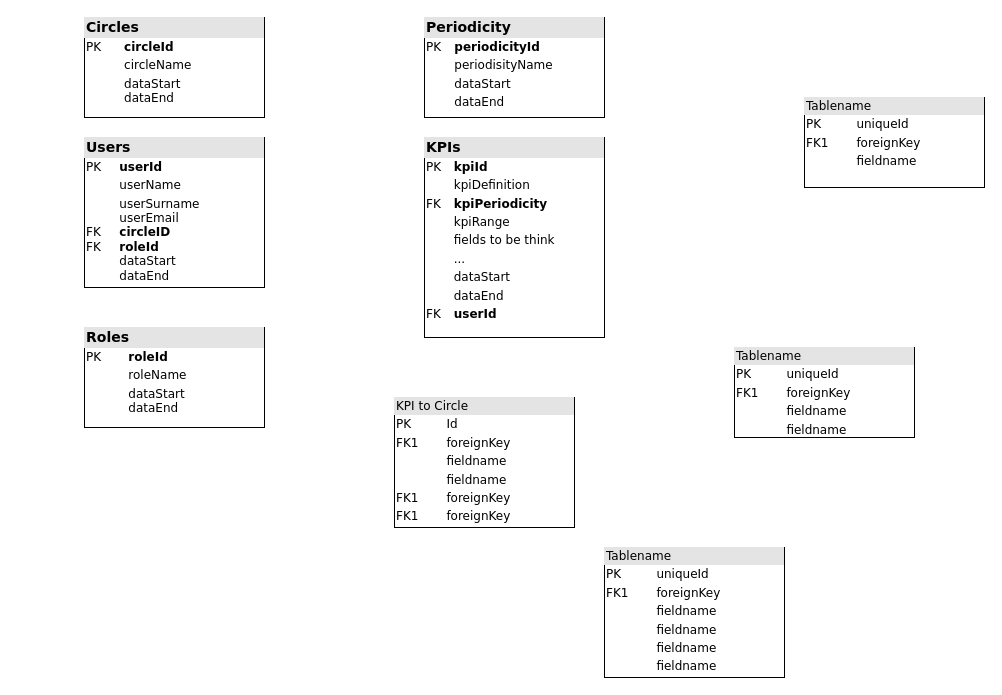
This is Диаграмма без названия.drawio from ThumbelinaFromMunick/testlogoipsum, a draw.io file, before an edit. Source tidied: cells renumbered, new cells numbered last; positions are measured from the earlier drawing's top-left corner, leaving out a move shared by most shapes. Both pictures are drawn from the tidied source at 100%, with x=0, y=0 at pixel (84, 17).
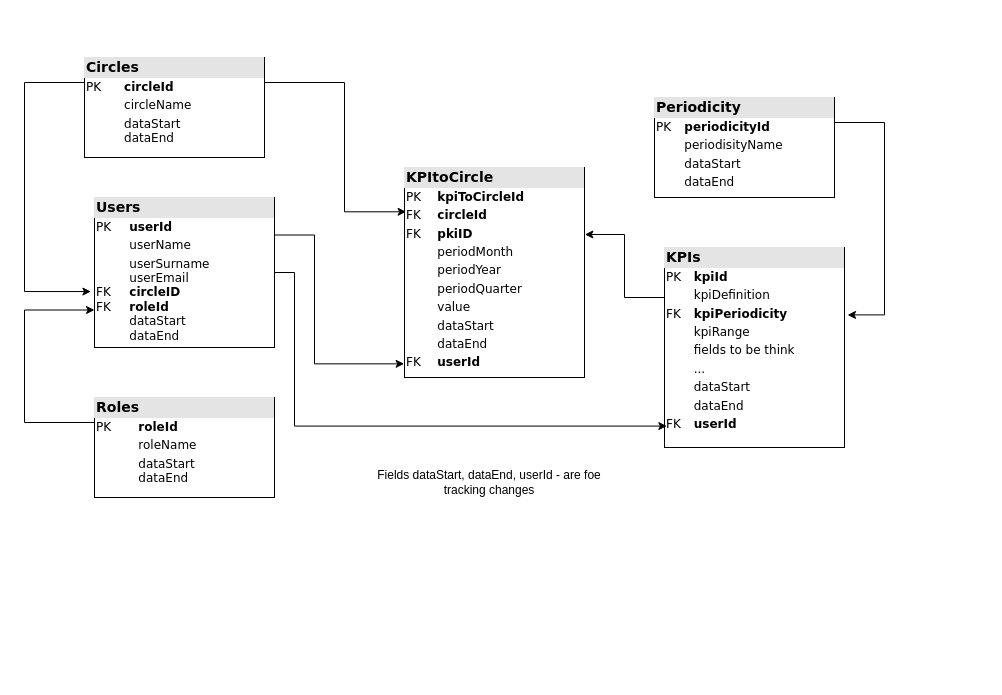
The same page after the edit.

The edit, as a diff of the source:
```diff
@@
     <mxCell id="2" value="&lt;div style=&quot;box-sizing:border-box;width:100%;background:#e4e4e4;padding:2px;&quot;&gt;&lt;b&gt;&lt;font style=&quot;font-size: 14px;&quot;&gt;Users&lt;/font&gt;&lt;/b&gt;&lt;/div&gt;&lt;table style=&quot;width:100%;font-size:1em;&quot; cellpadding=&quot;2&quot; cellspacing=&quot;0&quot;&gt;&lt;tbody&gt;&lt;tr&gt;&lt;td&gt;PK&lt;/td&gt;&lt;td&gt;&lt;b&gt;userId&lt;/b&gt;&lt;/td&gt;&lt;/tr&gt;&lt;tr&gt;&lt;td&gt;&lt;br&gt;&lt;/td&gt;&lt;td&gt;userName&lt;/td&gt;&lt;/tr&gt;&lt;tr&gt;&lt;td&gt;FK&lt;br&gt;FK&lt;br&gt;&lt;br&gt;&lt;/td&gt;&lt;td&gt;userSurname&lt;br&gt;userEmail&lt;br&gt;&lt;b&gt;circleID&lt;/b&gt;&lt;br&gt;&lt;b&gt;roleId&lt;/b&gt;&lt;br&gt;dataStart&lt;br&gt;dataEnd&lt;br&gt;&lt;br&gt;&lt;/td&gt;&lt;/tr&gt;&lt;/tbody&gt;&lt;/table&gt;" style="verticalAlign=top;align=left;overflow=fill;html=1;rounded=0;shadow=0;comic=0;labelBackgroundColor=none;strokeWidth=1;fontFamily=Verdana;fontSize=12;" parent="1" vertex="1">
-      <mxGeometry y="120" width="180" height="150" as="geometry" />
+      <mxGeometry x="10" y="180" width="180" height="150" as="geometry" />
     </mxCell>
-    <mxCell id="3" value="&lt;div style=&quot;box-sizing: border-box ; width: 100% ; background: #e4e4e4 ; padding: 2px&quot;&gt;KPI to Circle&lt;/div&gt;&lt;table style=&quot;width: 100% ; font-size: 1em&quot; cellpadding=&quot;2&quot; cellspacing=&quot;0&quot;&gt;&lt;tbody&gt;&lt;tr&gt;&lt;td&gt;PK&lt;/td&gt;&lt;td&gt;Id&lt;/td&gt;&lt;/tr&gt;&lt;tr&gt;&lt;td&gt;FK1&lt;/td&gt;&lt;td&gt;foreignKey&lt;/td&gt;&lt;/tr&gt;&lt;tr&gt;&lt;td&gt;&lt;/td&gt;&lt;td&gt;fieldname&lt;/td&gt;&lt;/tr&gt;&lt;tr&gt;&lt;td&gt;&lt;br&gt;&lt;/td&gt;&lt;td&gt;fieldname&lt;br&gt;&lt;/td&gt;&lt;/tr&gt;&lt;tr&gt;&lt;td&gt;FK1&lt;br&gt;&lt;/td&gt;&lt;td&gt;foreignKey&lt;br&gt;&lt;/td&gt;&lt;/tr&gt;&lt;tr&gt;&lt;td&gt;FK1&lt;br&gt;&lt;/td&gt;&lt;td&gt;foreignKey&lt;br&gt;&lt;/td&gt;&lt;/tr&gt;&lt;/tbody&gt;&lt;/table&gt;" style="verticalAlign=top;align=left;overflow=fill;html=1;rounded=0;shadow=0;comic=0;labelBackgroundColor=none;strokeWidth=1;fontFamily=Verdana;fontSize=12;" parent="1" vertex="1">
-      <mxGeometry x="310" y="380" width="180" height="130" as="geometry" />
+    <mxCell id="3" value="&lt;div style=&quot;box-sizing: border-box ; width: 100% ; background: #e4e4e4 ; padding: 2px&quot;&gt;&lt;font style=&quot;font-size: 14px;&quot;&gt;&lt;b&gt;KPItoCircle&lt;/b&gt;&lt;/font&gt;&lt;/div&gt;&lt;table style=&quot;width: 100% ; font-size: 1em&quot; cellpadding=&quot;2&quot; cellspacing=&quot;0&quot;&gt;&lt;tbody&gt;&lt;tr&gt;&lt;td&gt;PK&lt;/td&gt;&lt;td&gt;&lt;b&gt;kpiToCircleId&lt;/b&gt;&lt;/td&gt;&lt;/tr&gt;&lt;tr&gt;&lt;td&gt;FK&lt;/td&gt;&lt;td&gt;&lt;b&gt;circleId&lt;/b&gt;&lt;/td&gt;&lt;/tr&gt;&lt;tr&gt;&lt;td&gt;FK&lt;/td&gt;&lt;td&gt;&lt;b&gt;pkiID&lt;/b&gt;&lt;/td&gt;&lt;/tr&gt;&lt;tr&gt;&lt;td&gt;&lt;br&gt;&lt;/td&gt;&lt;td&gt;periodMonth&lt;br&gt;&lt;/td&gt;&lt;/tr&gt;&lt;tr&gt;&lt;td&gt;&lt;br&gt;&lt;/td&gt;&lt;td&gt;periodYear&lt;br&gt;&lt;/td&gt;&lt;/tr&gt;&lt;tr&gt;&lt;td&gt;&lt;br&gt;&lt;/td&gt;&lt;td&gt;periodQuarter&lt;br&gt;&lt;/td&gt;&lt;/tr&gt;&lt;tr&gt;&lt;td&gt;&lt;br&gt;&lt;/td&gt;&lt;td&gt;value&lt;/td&gt;&lt;/tr&gt;&lt;tr&gt;&lt;td&gt;&lt;br&gt;&lt;/td&gt;&lt;td&gt;dataStart&lt;/td&gt;&lt;/tr&gt;&lt;tr&gt;&lt;td&gt;&lt;br&gt;&lt;/td&gt;&lt;td&gt;dataEnd&lt;/td&gt;&lt;/tr&gt;&lt;tr&gt;&lt;td&gt;FK&lt;/td&gt;&lt;td&gt;&lt;b&gt;userId&lt;/b&gt;&lt;/td&gt;&lt;/tr&gt;&lt;/tbody&gt;&lt;/table&gt;" style="verticalAlign=top;align=left;overflow=fill;html=1;rounded=0;shadow=0;comic=0;labelBackgroundColor=none;strokeWidth=1;fontFamily=Verdana;fontSize=12;" parent="1" vertex="1">
+      <mxGeometry x="320" y="150" width="180" height="210" as="geometry" />
     </mxCell>
     <mxCell id="4" value="&lt;div style=&quot;box-sizing: border-box ; width: 100% ; background: #e4e4e4 ; padding: 2px&quot;&gt;&lt;b&gt;&lt;font style=&quot;font-size: 14px;&quot;&gt;Periodicity&lt;/font&gt;&lt;/b&gt;&lt;/div&gt;&lt;table style=&quot;width: 100% ; font-size: 1em&quot; cellpadding=&quot;2&quot; cellspacing=&quot;0&quot;&gt;&lt;tbody&gt;&lt;tr&gt;&lt;td&gt;PK&lt;/td&gt;&lt;td&gt;&lt;b&gt;periodicityId&lt;/b&gt;&lt;/td&gt;&lt;/tr&gt;&lt;tr&gt;&lt;td&gt;&lt;br&gt;&lt;/td&gt;&lt;td&gt;periodisityName&lt;/td&gt;&lt;/tr&gt;&lt;tr&gt;&lt;td&gt;&lt;/td&gt;&lt;td&gt;dataStart&lt;/td&gt;&lt;/tr&gt;&lt;tr&gt;&lt;td&gt;&lt;br&gt;&lt;/td&gt;&lt;td&gt;dataEnd&lt;br&gt;&lt;/td&gt;&lt;/tr&gt;&lt;/tbody&gt;&lt;/table&gt;" style="verticalAlign=top;align=left;overflow=fill;html=1;rounded=0;shadow=0;comic=0;labelBackgroundColor=none;strokeWidth=1;fontFamily=Verdana;fontSize=12;" parent="1" vertex="1">
-      <mxGeometry x="340" width="180" height="100" as="geometry" />
+      <mxGeometry x="570" y="80" width="180" height="100" as="geometry" />
     </mxCell>
-    <mxCell id="5" value="&lt;div style=&quot;box-sizing: border-box ; width: 100% ; background: #e4e4e4 ; padding: 2px&quot;&gt;Tablename&lt;/div&gt;&lt;table style=&quot;width: 100% ; font-size: 1em&quot; cellpadding=&quot;2&quot; cellspacing=&quot;0&quot;&gt;&lt;tbody&gt;&lt;tr&gt;&lt;td&gt;PK&lt;/td&gt;&lt;td&gt;uniqueId&lt;/td&gt;&lt;/tr&gt;&lt;tr&gt;&lt;td&gt;FK1&lt;/td&gt;&lt;td&gt;foreignKey&lt;/td&gt;&lt;/tr&gt;&lt;tr&gt;&lt;td&gt;&lt;/td&gt;&lt;td&gt;fieldname&lt;/td&gt;&lt;/tr&gt;&lt;tr&gt;&lt;td&gt;&lt;br&gt;&lt;/td&gt;&lt;td&gt;fieldname&lt;br&gt;&lt;/td&gt;&lt;/tr&gt;&lt;/tbody&gt;&lt;/table&gt;" style="verticalAlign=top;align=left;overflow=fill;html=1;rounded=0;shadow=0;comic=0;labelBackgroundColor=none;strokeWidth=1;fontFamily=Verdana;fontSize=12;" parent="1" vertex="1">
-      <mxGeometry x="650" y="330" width="180" height="90" as="geometry" />
-    </mxCell>
     <mxCell id="6" value="&lt;div style=&quot;box-sizing:border-box;width:100%;background:#e4e4e4;padding:2px;&quot;&gt;&lt;font style=&quot;font-size: 14px;&quot;&gt;&lt;b&gt;Circles&lt;/b&gt;&lt;/font&gt;&lt;/div&gt;&lt;table style=&quot;width:100%;font-size:1em;&quot; cellpadding=&quot;2&quot; cellspacing=&quot;0&quot;&gt;&lt;tbody&gt;&lt;tr&gt;&lt;td&gt;PK&lt;/td&gt;&lt;td&gt;&lt;b&gt;circleId&lt;/b&gt;&lt;/td&gt;&lt;/tr&gt;&lt;tr&gt;&lt;td&gt;&lt;br&gt;&lt;/td&gt;&lt;td&gt;circleName&lt;/td&gt;&lt;/tr&gt;&lt;tr&gt;&lt;td&gt;&lt;/td&gt;&lt;td&gt;dataStart&lt;br&gt;dataEnd&lt;/td&gt;&lt;/tr&gt;&lt;/tbody&gt;&lt;/table&gt;" style="verticalAlign=top;align=left;overflow=fill;html=1;rounded=0;shadow=0;comic=0;labelBackgroundColor=none;strokeWidth=1;fontFamily=Verdana;fontSize=12;" parent="1" vertex="1">
-      <mxGeometry width="180" height="100" as="geometry" />
+      <mxGeometry y="40" width="180" height="100" as="geometry" />
     </mxCell>
     <mxCell id="7" value="&lt;div style=&quot;box-sizing: border-box ; width: 100% ; background: #e4e4e4 ; padding: 2px&quot;&gt;&lt;font style=&quot;font-size: 14px;&quot;&gt;&lt;b&gt;KPIs&lt;/b&gt;&lt;/font&gt;&lt;/div&gt;&lt;table style=&quot;width: 100% ; font-size: 1em&quot; cellpadding=&quot;2&quot; cellspacing=&quot;0&quot;&gt;&lt;tbody&gt;&lt;tr&gt;&lt;td&gt;PK&lt;/td&gt;&lt;td&gt;&lt;b&gt;kpiId&lt;/b&gt;&lt;/td&gt;&lt;/tr&gt;&lt;tr&gt;&lt;td&gt;&lt;br&gt;&lt;/td&gt;&lt;td&gt;kpiDefinition&lt;/td&gt;&lt;/tr&gt;&lt;tr&gt;&lt;td&gt;FK&lt;/td&gt;&lt;td&gt;&lt;b&gt;kpiPeriodicity&lt;/b&gt;&lt;/td&gt;&lt;/tr&gt;&lt;tr&gt;&lt;td&gt;&lt;br&gt;&lt;/td&gt;&lt;td&gt;kpiRange&lt;br&gt;&lt;/td&gt;&lt;/tr&gt;&lt;tr&gt;&lt;td&gt;&lt;br&gt;&lt;/td&gt;&lt;td&gt;fields to be think&lt;br&gt;&lt;/td&gt;&lt;/tr&gt;&lt;tr&gt;&lt;td&gt;&lt;br&gt;&lt;/td&gt;&lt;td&gt;...&lt;/td&gt;&lt;/tr&gt;&lt;tr&gt;&lt;td&gt;&lt;br&gt;&lt;/td&gt;&lt;td&gt;dataStart&lt;br&gt;&lt;/td&gt;&lt;/tr&gt;&lt;tr&gt;&lt;td&gt;&lt;br&gt;&lt;/td&gt;&lt;td&gt;dataEnd&lt;br&gt;&lt;/td&gt;&lt;/tr&gt;&lt;tr&gt;&lt;td&gt;FK&lt;br&gt;&lt;/td&gt;&lt;td&gt;&lt;b&gt;userId&lt;/b&gt;&lt;br&gt;&lt;/td&gt;&lt;/tr&gt;&lt;tr&gt;&lt;td&gt;&lt;/td&gt;&lt;td&gt;&lt;br&gt;&lt;/td&gt;&lt;/tr&gt;&lt;/tbody&gt;&lt;/table&gt;" style="verticalAlign=top;align=left;overflow=fill;html=1;rounded=0;shadow=0;comic=0;labelBackgroundColor=none;strokeWidth=1;fontFamily=Verdana;fontSize=12;" parent="1" vertex="1">
-      <mxGeometry x="340" y="120" width="180" height="200" as="geometry" />
+      <mxGeometry x="580" y="230" width="180" height="200" as="geometry" />
     </mxCell>
-    <mxCell id="8" value="&lt;div style=&quot;box-sizing:border-box;width:100%;background:#e4e4e4;padding:2px;&quot;&gt;Tablename&lt;/div&gt;&lt;table style=&quot;width:100%;font-size:1em;&quot; cellpadding=&quot;2&quot; cellspacing=&quot;0&quot;&gt;&lt;tr&gt;&lt;td&gt;PK&lt;/td&gt;&lt;td&gt;uniqueId&lt;/td&gt;&lt;/tr&gt;&lt;tr&gt;&lt;td&gt;FK1&lt;/td&gt;&lt;td&gt;foreignKey&lt;/td&gt;&lt;/tr&gt;&lt;tr&gt;&lt;td&gt;&lt;/td&gt;&lt;td&gt;fieldname&lt;/td&gt;&lt;/tr&gt;&lt;/table&gt;" style="verticalAlign=top;align=left;overflow=fill;html=1;rounded=0;shadow=0;comic=0;labelBackgroundColor=none;strokeWidth=1;fontFamily=Verdana;fontSize=12;" parent="1" vertex="1">
-      <mxGeometry x="720" y="80" width="180" height="90" as="geometry" />
-    </mxCell>
-    <mxCell id="9" value="&lt;div style=&quot;box-sizing: border-box ; width: 100% ; background: #e4e4e4 ; padding: 2px&quot;&gt;Tablename&lt;/div&gt;&lt;table style=&quot;width: 100% ; font-size: 1em&quot; cellpadding=&quot;2&quot; cellspacing=&quot;0&quot;&gt;&lt;tbody&gt;&lt;tr&gt;&lt;td&gt;PK&lt;/td&gt;&lt;td&gt;uniqueId&lt;/td&gt;&lt;/tr&gt;&lt;tr&gt;&lt;td&gt;FK1&lt;/td&gt;&lt;td&gt;foreignKey&lt;/td&gt;&lt;/tr&gt;&lt;tr&gt;&lt;td&gt;&lt;/td&gt;&lt;td&gt;fieldname&lt;/td&gt;&lt;/tr&gt;&lt;tr&gt;&lt;td&gt;&lt;br&gt;&lt;/td&gt;&lt;td&gt;fieldname&lt;br&gt;&lt;/td&gt;&lt;/tr&gt;&lt;tr&gt;&lt;td&gt;&lt;br&gt;&lt;/td&gt;&lt;td&gt;fieldname&lt;br&gt;&lt;/td&gt;&lt;/tr&gt;&lt;tr&gt;&lt;td&gt;&lt;br&gt;&lt;/td&gt;&lt;td&gt;fieldname&lt;br&gt;&lt;/td&gt;&lt;/tr&gt;&lt;/tbody&gt;&lt;/table&gt;" style="verticalAlign=top;align=left;overflow=fill;html=1;rounded=0;shadow=0;comic=0;labelBackgroundColor=none;strokeWidth=1;fontFamily=Verdana;fontSize=12;" parent="1" vertex="1">
-      <mxGeometry x="520" y="530" width="180" height="130" as="geometry" />
-    </mxCell>
+    <mxCell id="11" style="edgeStyle=elbowEdgeStyle;rounded=0;jettySize=auto;html=1;exitX=0;exitY=0.25;exitDx=0;exitDy=0;entryX=0;entryY=0.75;entryDx=0;entryDy=0;" parent="1" edge="1" source="10" target="2">
+      <mxGeometry relative="1" as="geometry">
+        <Array as="points">
+          <mxPoint x="-60" y="349" />
+        </Array>
+      </mxGeometry>
+    </mxCell>
     <mxCell id="10" value="&lt;div style=&quot;box-sizing:border-box;width:100%;background:#e4e4e4;padding:2px;&quot;&gt;&lt;span style=&quot;font-size: 14px;&quot;&gt;&lt;b&gt;Roles&lt;/b&gt;&lt;/span&gt;&lt;/div&gt;&lt;table style=&quot;width:100%;font-size:1em;&quot; cellpadding=&quot;2&quot; cellspacing=&quot;0&quot;&gt;&lt;tbody&gt;&lt;tr&gt;&lt;td&gt;PK&lt;/td&gt;&lt;td&gt;&lt;b&gt;roleId&lt;/b&gt;&lt;/td&gt;&lt;/tr&gt;&lt;tr&gt;&lt;td&gt;&lt;br&gt;&lt;/td&gt;&lt;td&gt;roleName&lt;/td&gt;&lt;/tr&gt;&lt;tr&gt;&lt;td&gt;&lt;/td&gt;&lt;td&gt;dataStart&lt;br&gt;dataEnd&lt;/td&gt;&lt;/tr&gt;&lt;/tbody&gt;&lt;/table&gt;" style="verticalAlign=top;align=left;overflow=fill;html=1;rounded=0;shadow=0;comic=0;labelBackgroundColor=none;strokeWidth=1;fontFamily=Verdana;fontSize=12;" parent="1" vertex="1">
-      <mxGeometry y="310" width="180" height="100" as="geometry" />
+      <mxGeometry x="10" y="380" width="180" height="100" as="geometry" />
     </mxCell>
+    <mxCell id="12" style="edgeStyle=elbowEdgeStyle;rounded=0;jettySize=auto;html=1;exitX=0;exitY=0.25;exitDx=0;exitDy=0;entryX=-0.02;entryY=0.627;entryDx=0;entryDy=0;entryPerimeter=0;" parent="1" edge="1" source="6" target="2">
+      <mxGeometry relative="1" as="geometry">
+        <Array as="points">
+          <mxPoint x="-60" y="170" />
+        </Array>
+      </mxGeometry>
+    </mxCell>
+    <mxCell id="13" style="edgeStyle=elbowEdgeStyle;rounded=0;jettySize=auto;html=1;exitX=1;exitY=0.25;exitDx=0;exitDy=0;entryX=0.009;entryY=0.211;entryDx=0;entryDy=0;entryPerimeter=0;" parent="1" edge="1" source="6" target="3">
+      <mxGeometry relative="1" as="geometry">
+        <Array as="points">
+          <mxPoint x="260" y="180" />
+        </Array>
+      </mxGeometry>
+    </mxCell>
+    <mxCell id="14" style="edgeStyle=elbowEdgeStyle;rounded=0;jettySize=auto;html=1;exitX=0;exitY=0.25;exitDx=0;exitDy=0;entryX=1.002;entryY=0.319;entryDx=0;entryDy=0;entryPerimeter=0;" parent="1" edge="1" source="7" target="3">
+      <mxGeometry relative="1" as="geometry" />
+    </mxCell>
+    <mxCell id="15" style="edgeStyle=elbowEdgeStyle;rounded=0;jettySize=auto;html=1;exitX=1;exitY=0.25;exitDx=0;exitDy=0;entryX=-0.002;entryY=0.935;entryDx=0;entryDy=0;entryPerimeter=0;" parent="1" edge="1" source="2" target="3">
+      <mxGeometry relative="1" as="geometry">
+        <Array as="points">
+          <mxPoint x="230" y="340" />
+        </Array>
+      </mxGeometry>
+    </mxCell>
+    <mxCell id="16" style="edgeStyle=elbowEdgeStyle;rounded=0;jettySize=auto;html=1;exitX=1;exitY=0.5;exitDx=0;exitDy=0;entryX=0.013;entryY=0.893;entryDx=0;entryDy=0;entryPerimeter=0;" parent="1" edge="1" source="2" target="7">
+      <mxGeometry relative="1" as="geometry">
+        <Array as="points">
+          <mxPoint x="210" y="330" />
+        </Array>
+      </mxGeometry>
+    </mxCell>
+    <mxCell id="17" style="edgeStyle=elbowEdgeStyle;rounded=0;jettySize=auto;html=1;exitX=1;exitY=0.25;exitDx=0;exitDy=0;entryX=1.017;entryY=0.337;entryDx=0;entryDy=0;entryPerimeter=0;" parent="1" edge="1" source="4" target="7">
+      <mxGeometry relative="1" as="geometry">
+        <Array as="points">
+          <mxPoint x="800" y="200" />
+        </Array>
+      </mxGeometry>
+    </mxCell>
+    <mxCell id="18" value="Fields dataStart, dataEnd, userId - are foe tracking changes" style="text;html=1;strokeColor=none;fillColor=none;align=center;verticalAlign=middle;whiteSpace=wrap;rounded=0;" parent="1" vertex="1">
+      <mxGeometry x="290" y="450" width="230" height="30" as="geometry" />
+    </mxCell>
```
